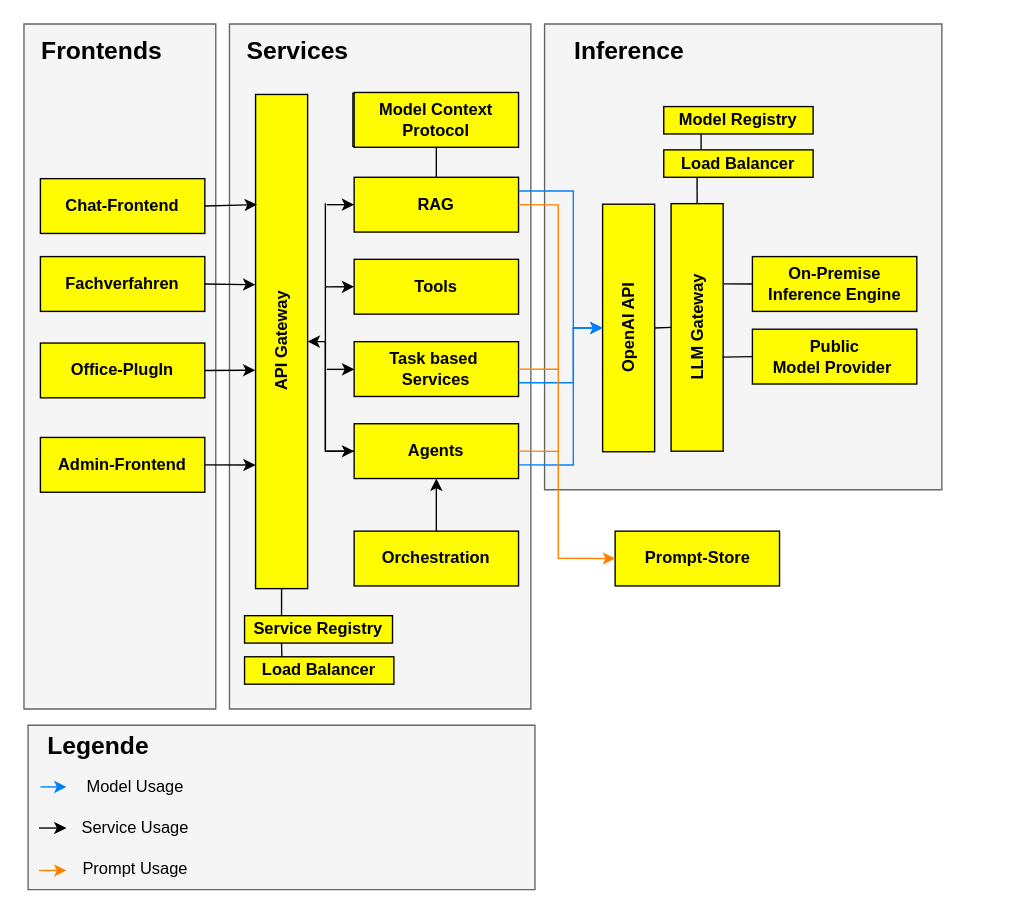
dneumnn/RAKIPOEV keeps this draw.io diagram as RAKIPOEV-docs/docs/docs/architecture/high_level_architecture.drawio. Above is the earlier version. Source tidied: cells renumbered, new cells numbered last; positions are measured from the earlier drawing's top-left corner, leaving out a move shared by most shapes. Both pictures are drawn from the tidied source at 137%, with x=0, y=0 at pixel (23, 23).
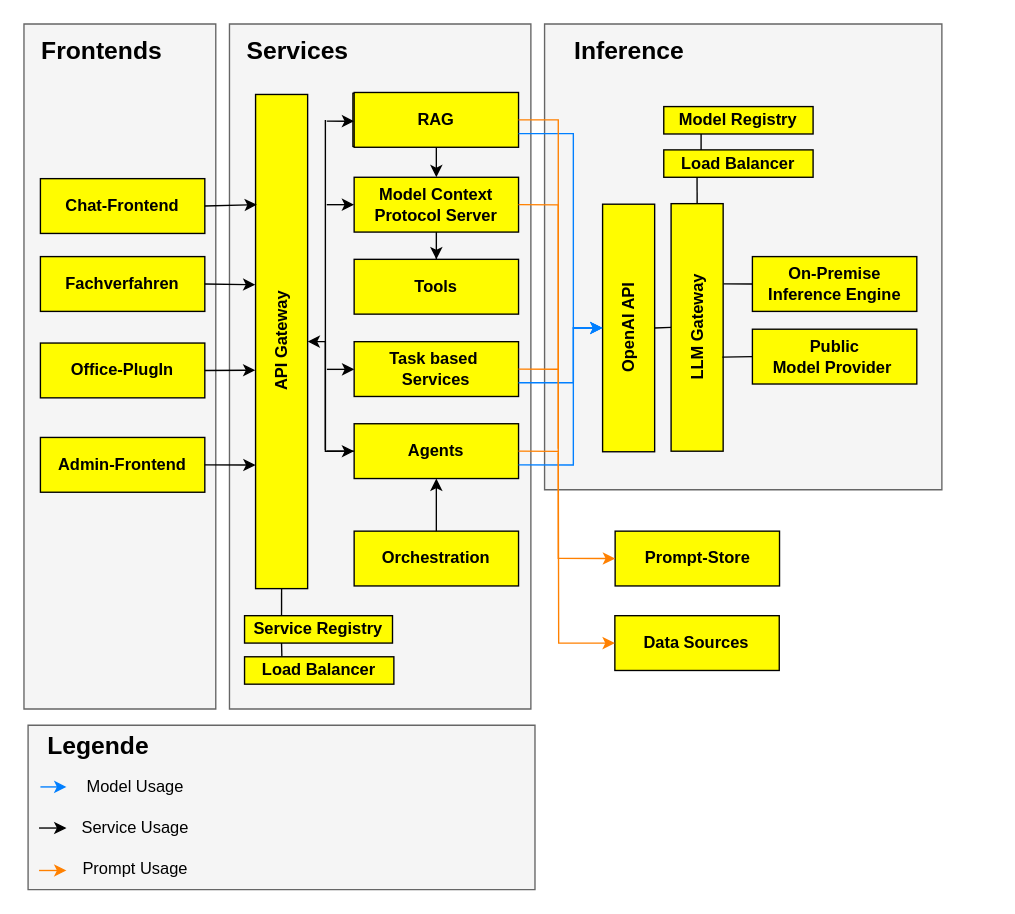
The same page after the edit.

Commit message (it also covers changes not shown here):
Anpassung Schaubild High-Level-Referenzarchitektur

Unchanged cells that the change refers to:
```xml
<mxCell id="2" style="group;" parent="1" vertex="1">
  <mxGeometry x="30" y="50" width="675.8" height="450" as="geometry" />
</mxCell>
<mxCell id="11" value="Tools" style="rounded=0;whiteSpace=wrap;html=1;fillStyle=solid;fillColor=#FFFC00;fontStyle=1;" parent="2" vertex="1">
  <mxGeometry x="211" y="121.8" width="120" height="40" as="geometry" />
</mxCell>
<mxCell id="25" value="OpenAI API" style="rounded=0;whiteSpace=wrap;html=1;fillStyle=solid;fillColor=#FFFC00;fontStyle=1;rotation=-90;" parent="2" vertex="1">
  <mxGeometry x="321" y="152.9" width="180.7" height="38" as="geometry" />
</mxCell>
```

What changed in the source:
```diff
@@
-    <mxCell id="9" value="Model Context Protocol" style="rounded=0;whiteSpace=wrap;html=1;fillStyle=solid;fillColor=#FFFC00;fontStyle=1;" parent="2" vertex="1">
+    <mxCell id="9" value="RAG" style="rounded=0;whiteSpace=wrap;html=1;fillStyle=solid;fillColor=#FFFC00;fontStyle=1;" parent="2" vertex="1">
       <mxGeometry x="211" width="120" height="40" as="geometry" />
     </mxCell>
+    <mxCell id="63" style="edgeStyle=orthogonalEdgeStyle;rounded=0;jettySize=auto;html=1;" parent="2" edge="1" source="10" target="11">
+      <mxGeometry relative="1" as="geometry" />
+    </mxCell>
-    <mxCell id="10" value="RAG" style="rounded=0;whiteSpace=wrap;html=1;fillStyle=solid;fillColor=#FFFC00;fontStyle=1;" parent="2" vertex="1">
+    <mxCell id="10" value="Model Context Protocol Server" style="rounded=0;whiteSpace=wrap;html=1;fillStyle=solid;fillColor=#FFFC00;fontStyle=1;" parent="2" vertex="1">
       <mxGeometry x="211" y="61.9" width="120" height="40" as="geometry" />
     </mxCell>
@@
     <mxCell id="16" style="endArrow=none;html=1;rounded=0;" parent="2" edge="1">
       <mxGeometry relative="1" as="geometry">
         <mxPoint x="190" y="260.9" as="sourcePoint" />
-        <mxPoint x="190" y="80.9" as="targetPoint" />
+        <mxPoint x="190" y="20" as="targetPoint" />
       </mxGeometry>
     </mxCell>
@@
-    <mxCell id="20" style="endArrow=classic;html=1;rounded=0;entryX=0;entryY=0.5;entryDx=0;entryDy=0;" parent="2" edge="1" target="11">
-      <mxGeometry relative="1" as="geometry">
-        <mxPoint x="190" y="141.9" as="sourcePoint" />
-      </mxGeometry>
-    </mxCell>
@@
-    <mxCell id="24" style="endArrow=none;html=1;rounded=0;entryX=0.5;entryY=1;entryDx=0;entryDy=0;exitX=0.5;exitY=0;exitDx=0;exitDy=0;" parent="2" edge="1" source="10" target="9">
+    <mxCell id="24" style="endArrow=none;html=1;rounded=0;entryX=0.5;entryY=1;entryDx=0;entryDy=0;exitX=0.5;exitY=0;exitDx=0;exitDy=0;endFill=1;startArrow=classic;startFill=1;" parent="2" edge="1" source="10" target="9">
       <mxGeometry relative="1" as="geometry" />
     </mxCell>
@@
-    <mxCell id="26" style="endArrow=classic;html=1;rounded=0;exitX=1;exitY=0.25;exitDx=0;exitDy=0;entryX=0.5;entryY=0;entryDx=0;entryDy=0;strokeColor=#007FFF;" parent="2" edge="1" source="10" target="25">
+    <mxCell id="26" style="endArrow=classic;html=1;rounded=0;exitX=1;exitY=0.75;exitDx=0;exitDy=0;entryX=0.5;entryY=0;entryDx=0;entryDy=0;strokeColor=#007FFF;" parent="2" edge="1" source="9" target="25">
       <mxGeometry relative="1" as="geometry">
         <Array as="points">
-          <mxPoint x="371" y="71.9" />
+          <mxPoint x="371" y="30" />
           <mxPoint x="371" y="171.9" />
         </Array>
       </mxGeometry>
     </mxCell>
@@
+    <mxCell id="64" value="Data Sources" style="rounded=0;whiteSpace=wrap;html=1;fillStyle=solid;fillColor=#FFFC00;fontStyle=1;" parent="2" vertex="1">
+      <mxGeometry x="401.3" y="381.9" width="120" height="40" as="geometry" />
+    </mxCell>
+    <mxCell id="65" style="endArrow=classic;html=1;rounded=0;strokeColor=#FF8000;entryX=0;entryY=0.5;entryDx=0;entryDy=0;" parent="2" edge="1" target="64">
+      <mxGeometry relative="1" as="geometry">
+        <mxPoint x="360" y="263" as="sourcePoint" />
+        <Array as="points">
+          <mxPoint x="360" y="263" />
+          <mxPoint x="360.3" y="401.9" />
+        </Array>
+      </mxGeometry>
+    </mxCell>
@@
+    <mxCell id="66" style="endArrow=classic;html=1;rounded=0;entryX=0;entryY=0.5;entryDx=0;entryDy=0;" parent="1" edge="1">
+      <mxGeometry relative="1" as="geometry">
+        <mxPoint x="221" y="70.9" as="sourcePoint" />
+        <mxPoint x="241" y="71" as="targetPoint" />
+      </mxGeometry>
+    </mxCell>
+    <mxCell id="67" style="endArrow=none;html=1;rounded=0;strokeColor=#FF8000;entryX=1;entryY=0.5;entryDx=0;entryDy=0;" parent="1" edge="1" target="9">
+      <mxGeometry relative="1" as="geometry">
+        <mxPoint x="390" y="310" as="sourcePoint" />
+        <Array as="points">
+          <mxPoint x="390" y="70" />
+        </Array>
+      </mxGeometry>
+    </mxCell>
```
